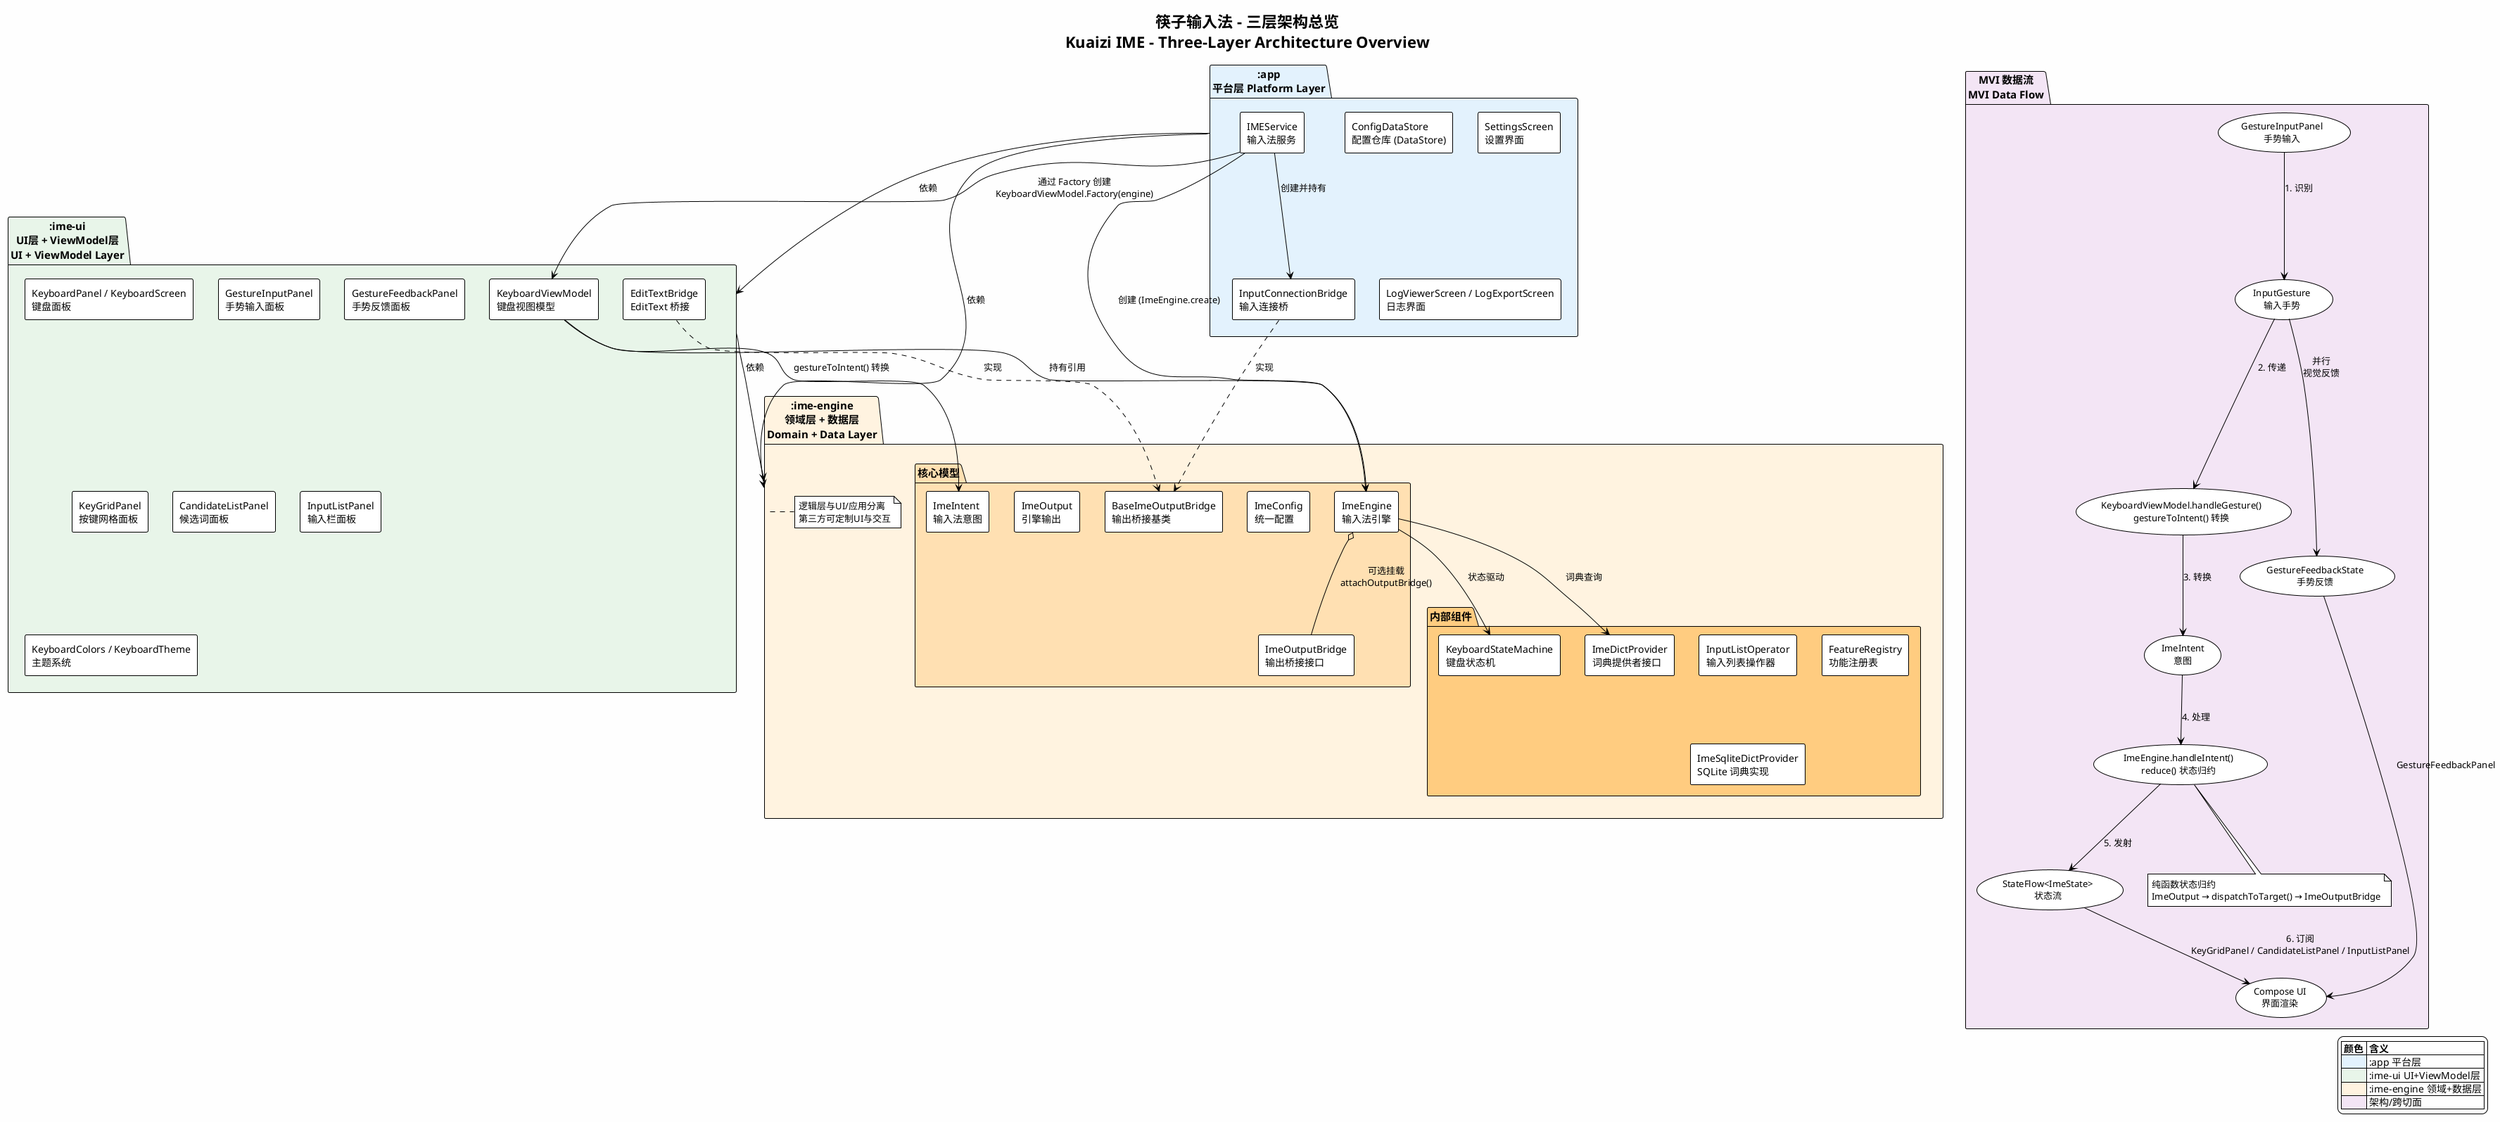
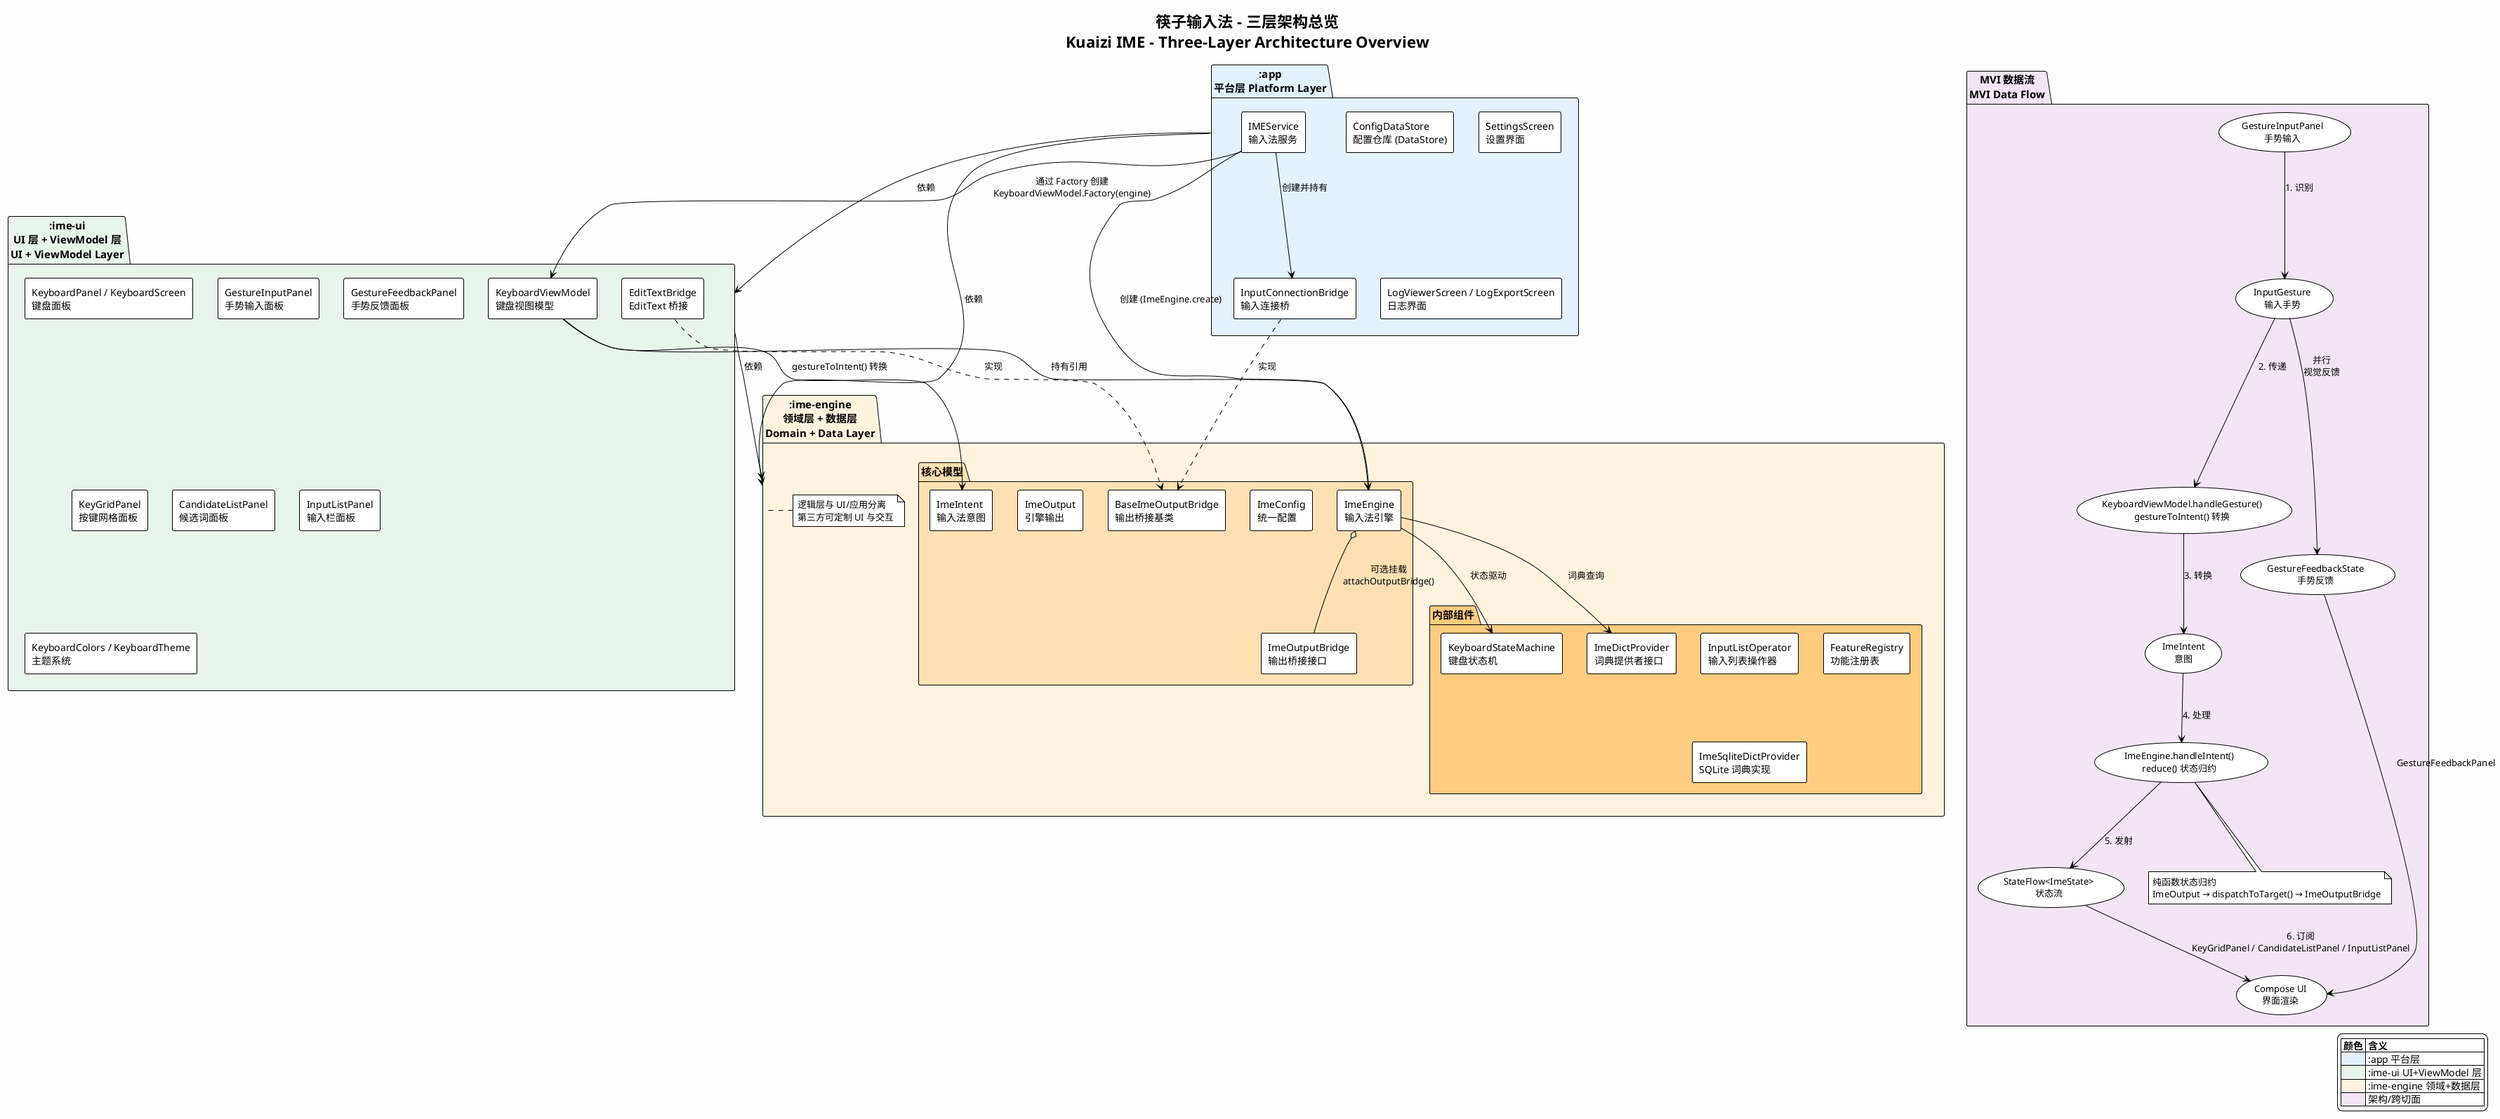
@startuml architecture
!theme plain
skinparam componentStyle rectangle
skinparam backgroundColor #FEFEFE
skinparam shadowing false
skinparam defaultFontSize 13
skinparam componentFontSize 14
skinparam packageFontSize 15

title 筷子输入法 - 三层架构总览\nKuaizi IME - Three-Layer Architecture Overview

' ─── Module Definitions ────────────────────────────────────────────

package ":app\n平台层 Platform Layer" as app #E3F2FD {
    component [IMEService\n输入法服务] as IMEService
    component [InputConnectionBridge\n输入连接桥] as ICB
    component [ConfigDataStore\n配置仓库 (DataStore)] as ConfigRepo
    component [SettingsScreen\n设置界面] as Settings
    component [LogViewerScreen / LogExportScreen\n日志界面] as LogUI
}

- package ":ime-ui\nUI层 + ViewModel层\nUI + ViewModel Layer" as ui #E8F5E9 {
+ package ":ime-ui\nUI 层 + ViewModel 层\nUI + ViewModel Layer" as ui #E8F5E9 {
    component [KeyboardViewModel\n键盘视图模型] as KVM
    component [KeyboardPanel / KeyboardScreen\n键盘面板] as KP
    component [GestureInputPanel\n手势输入面板] as GIP
    component [GestureFeedbackPanel\n手势反馈面板] as GFP
    component [KeyGridPanel\n按键网格面板] as KGP
    component [CandidateListPanel\n候选词面板] as CLP
    component [InputListPanel\n输入栏面板] as ILP
    component [EditTextBridge\nEditText 桥接] as ETB
    component [KeyboardColors / KeyboardTheme\n主题系统] as Theme
}

package ":ime-engine\n领域层 + 数据层\nDomain + Data Layer" as engine #FFF3E0 {
    package "核心模型" as api #FFE0B2 {
        component [ImeEngine\n输入法引擎] as ImeEngine
        component [ImeConfig\n统一配置] as ImeConfig
        component [ImeIntent\n输入法意图] as ImeIntent
        component [ImeOutput\n引擎输出] as ImeOutput
        component [ImeOutputBridge\n输出桥接接口] as ImeOutputBridge
        component [BaseImeOutputBridge\n输出桥接基类] as BaseImeOutputBridge
    }
    package "内部组件" as internal #FFCC80 {
        component [KeyboardStateMachine\n键盘状态机] as KSM
        component [InputListOperator\n输入列表操作器] as ILO
        component [FeatureRegistry\n功能注册表] as FR
        component [ImeDictProvider\n词典提供者接口] as DictProvider
        component [ImeSqliteDictProvider\nSQLite 词典实现] as SqlDictProvider
    }
-     note right of engine : 逻辑层与UI/应用分离\n第三方可定制UI与交互
+     note right of engine : 逻辑层与 UI/应用分离\n第三方可定制 UI 与交互
}

' ─── Module Dependencies ───────────────────────────────────────────

app --> ui : "依赖"
app --> engine : "依赖"
ui --> engine : "依赖"

' ─── Key Ownership Relationships ───────────────────────────────────

IMEService --> ImeEngine : "创建 (ImeEngine.create)"
IMEService --> ICB : "创建并持有"
ICB ..> BaseImeOutputBridge : "实现"
ETB ..> BaseImeOutputBridge : "实现"
ImeEngine o-- ImeOutputBridge : "可选挂载\nattachOutputBridge()"
IMEService --> KVM : "通过 Factory 创建\nKeyboardViewModel.Factory(engine)"

KVM --> ImeEngine : "持有引用"
KVM --> ImeIntent : "gestureToIntent() 转换"
ImeEngine --> KSM : "状态驱动"
ImeEngine --> DictProvider : "词典查询"

' ─── MVI Data Flow ─────────────────────────────────────────────────

package "MVI 数据流\nMVI Data Flow" as mvi #F3E5F5 {
    usecase "GestureInputPanel\n手势输入" as UserInput
    usecase "InputGesture\n输入手势" as Gesture
    usecase "KeyboardViewModel.handleGesture()\ngestureToIntent() 转换" as Convert
    usecase "ImeIntent\n意图" as Intent
    usecase "ImeEngine.handleIntent()\nreduce() 状态归约" as Reduce
    usecase "StateFlow<ImeState>\n状态流" as StateFlow
    usecase "Compose UI\n界面渲染" as Render
    usecase "GestureFeedbackState\n手势反馈" as Feedback

    UserInput --> Gesture : "1. 识别"
    Gesture --> Convert : "2. 传递"
    Convert --> Intent : "3. 转换"
    Intent --> Reduce : "4. 处理"
    Reduce --> StateFlow : "5. 发射"
    StateFlow --> Render : "6. 订阅\nKeyGridPanel / CandidateListPanel / InputListPanel"
    Gesture --> Feedback : "并行\n视觉反馈"
    Feedback --> Render : "GestureFeedbackPanel"

    note bottom of Reduce
        纯函数状态归约
        ImeOutput → dispatchToTarget() → ImeOutputBridge
    end note
}

' ─── Legend ─────────────────────────────────────────────────────────

legend right
    |= 颜色 |= 含义 |
    |<#E3F2FD>| :app 平台层 |
-     |<#E8F5E9>| :ime-ui UI+ViewModel层 |
+     |<#E8F5E9>| :ime-ui UI+ViewModel 层 |
    |<#FFF3E0>| :ime-engine 领域+数据层 |
    |<#F3E5F5>| 架构/跨切面 |
endlegend

@enduml
